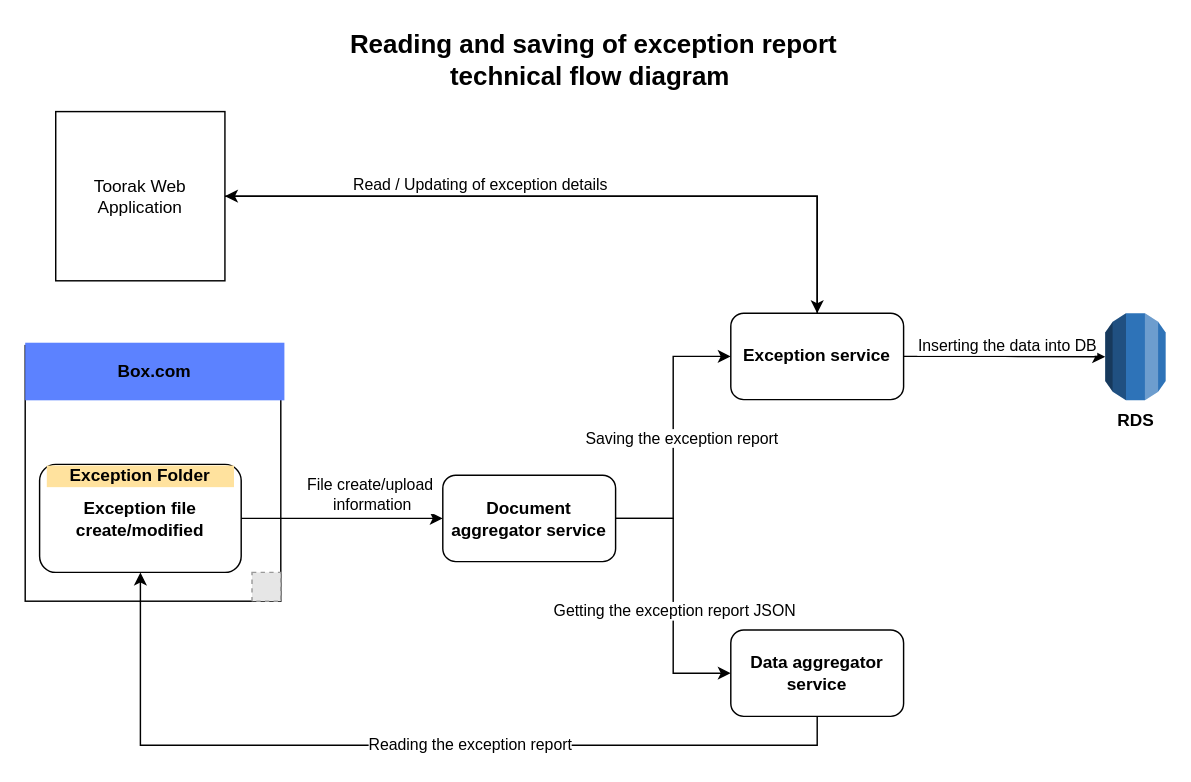
MohammedFazuluddin/test keeps this draw.io diagram as Untitled Diagram.drawio. Above is the earlier version. Source tidied: cells renumbered, new cells numbered last; positions are measured from the earlier drawing's top-left corner, leaving out a move shared by most shapes. Both pictures are drawn from the tidied source at 144%, with x=0, y=0 at pixel (24, 24). Pictures stored in the file or linked from it are replaced by grey dashed boxes.
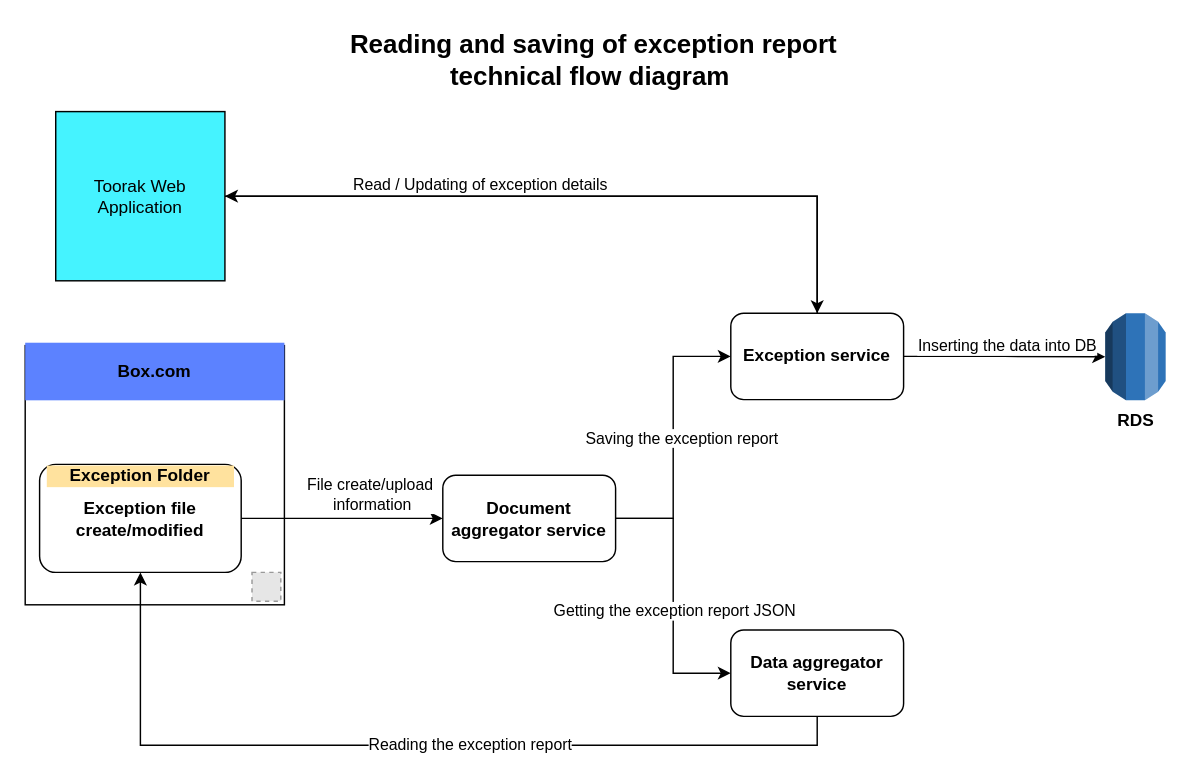
The same diagram, later.

What changed in the source:
```diff
@@
     <mxCell id="2" value="&lt;br&gt;&lt;br&gt;&lt;br&gt;&lt;br&gt;&lt;br&gt;" style="whiteSpace=wrap;html=1;" parent="1" vertex="1">
-      <mxGeometry y="222.5" width="177.5" height="177.5" as="geometry" />
+      <mxGeometry y="222.5" width="180" height="180" as="geometry" />
     </mxCell>
@@
-    <mxCell id="25" value="Toorak Web Application" style="whiteSpace=wrap;html=1;" parent="1" vertex="1">
+    <mxCell id="25" value="Toorak Web Application" style="whiteSpace=wrap;html=1;fillColor=#45F3FF;" parent="1" vertex="1">
       <mxGeometry x="21.2" y="60" width="117.5" height="117.5" as="geometry" />
     </mxCell>
```
